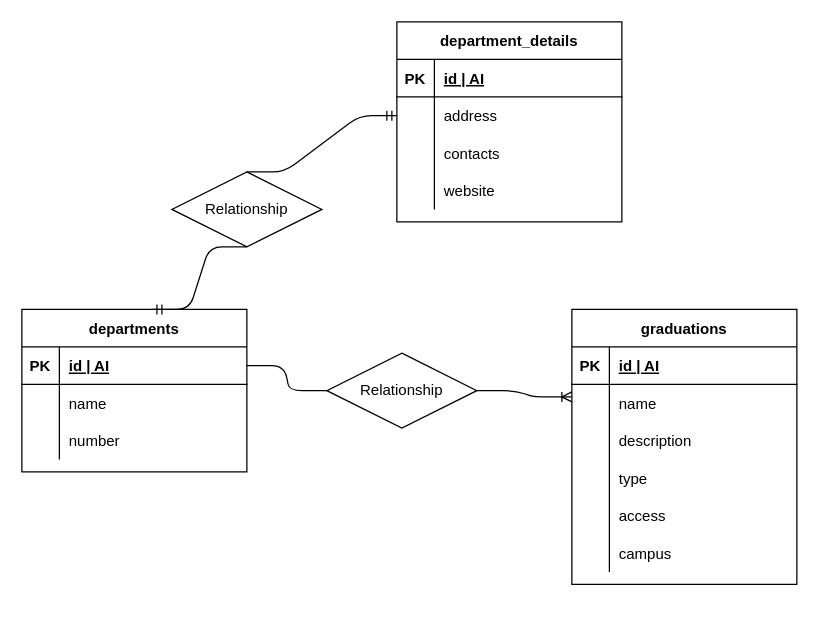
Before: db-university.drawio in DoinaGanceriuc/db-university, a draw.io diagram. Source tidied: cells renumbered, new cells numbered last; positions are measured from the earlier drawing's top-left corner, leaving out a move shared by most shapes. Both pictures are drawn from the tidied source at 125%, with x=0, y=0 at pixel (21, 21).
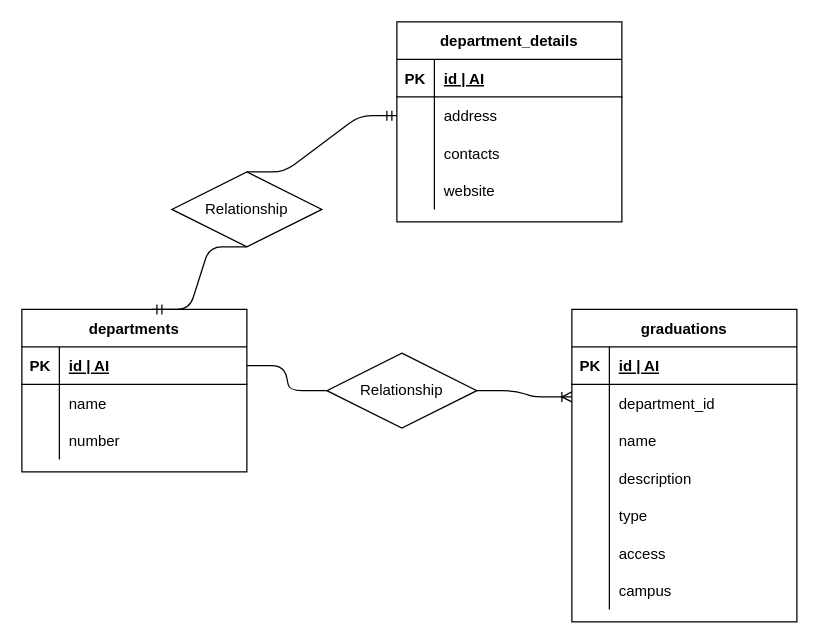
The same page after the edit.

Commit message:
fix graduations table

Unchanged cells that the change refers to:
```xml
<mxCell id="16" style="shape=partialRectangle;fillColor=none;top=0;left=0;bottom=0;right=0;" parent="12" vertex="1">
  <mxGeometry y="60" width="180" height="30" as="geometry" />
</mxCell>
```

Change to the diagram source:
```diff
@@
     <mxCell id="12" value="graduations" style="shape=table;startSize=30;childLayout=tableLayout;rowLines=0;fontStyle=1;align=center;" parent="1" vertex="1">
-      <mxGeometry x="440" y="230" width="180" height="220" as="geometry" />
+      <mxGeometry x="440" y="230" width="180" height="250" as="geometry" />
     </mxCell>
@@
-    <mxCell id="18" value="name" style="shape=partialRectangle;fillColor=none;top=0;left=0;bottom=0;right=0;align=left;spacingLeft=6;overflow=hidden;" parent="16" vertex="1">
+    <mxCell id="18" value="department_id" style="shape=partialRectangle;fillColor=none;top=0;left=0;bottom=0;right=0;align=left;spacingLeft=6;overflow=hidden;" parent="16" vertex="1">
       <mxGeometry x="30" width="150" height="30" as="geometry" />
     </mxCell>
+    <mxCell id="50" style="shape=partialRectangle;fillColor=none;top=0;left=0;bottom=0;right=0;" parent="12" vertex="1">
+      <mxGeometry y="90" width="180" height="30" as="geometry" />
+    </mxCell>
+    <mxCell id="51" style="shape=partialRectangle;fillColor=none;top=0;left=0;bottom=0;right=0;overflow=hidden;" parent="50" vertex="1">
+      <mxGeometry width="30" height="30" as="geometry" />
+    </mxCell>
+    <mxCell id="52" value="name" style="shape=partialRectangle;fillColor=none;top=0;left=0;bottom=0;right=0;align=left;spacingLeft=6;overflow=hidden;" parent="50" vertex="1">
+      <mxGeometry x="30" width="150" height="30" as="geometry" />
+    </mxCell>
     <mxCell id="19" style="shape=partialRectangle;fillColor=none;top=0;left=0;bottom=0;right=0;" parent="12" vertex="1">
-      <mxGeometry y="90" width="180" height="30" as="geometry" />
+      <mxGeometry y="120" width="180" height="30" as="geometry" />
     </mxCell>
@@
     <mxCell id="22" style="shape=partialRectangle;fillColor=none;top=0;left=0;bottom=0;right=0;" parent="12" vertex="1">
-      <mxGeometry y="120" width="180" height="30" as="geometry" />
+      <mxGeometry y="150" width="180" height="30" as="geometry" />
     </mxCell>
@@
     <mxCell id="25" style="shape=partialRectangle;fillColor=none;top=0;left=0;bottom=0;right=0;" parent="12" vertex="1">
-      <mxGeometry y="150" width="180" height="30" as="geometry" />
+      <mxGeometry y="180" width="180" height="30" as="geometry" />
     </mxCell>
@@
     <mxCell id="28" style="shape=partialRectangle;fillColor=none;top=0;left=0;bottom=0;right=0;" parent="12" vertex="1">
-      <mxGeometry y="180" width="180" height="30" as="geometry" />
+      <mxGeometry y="210" width="180" height="30" as="geometry" />
     </mxCell>
```
